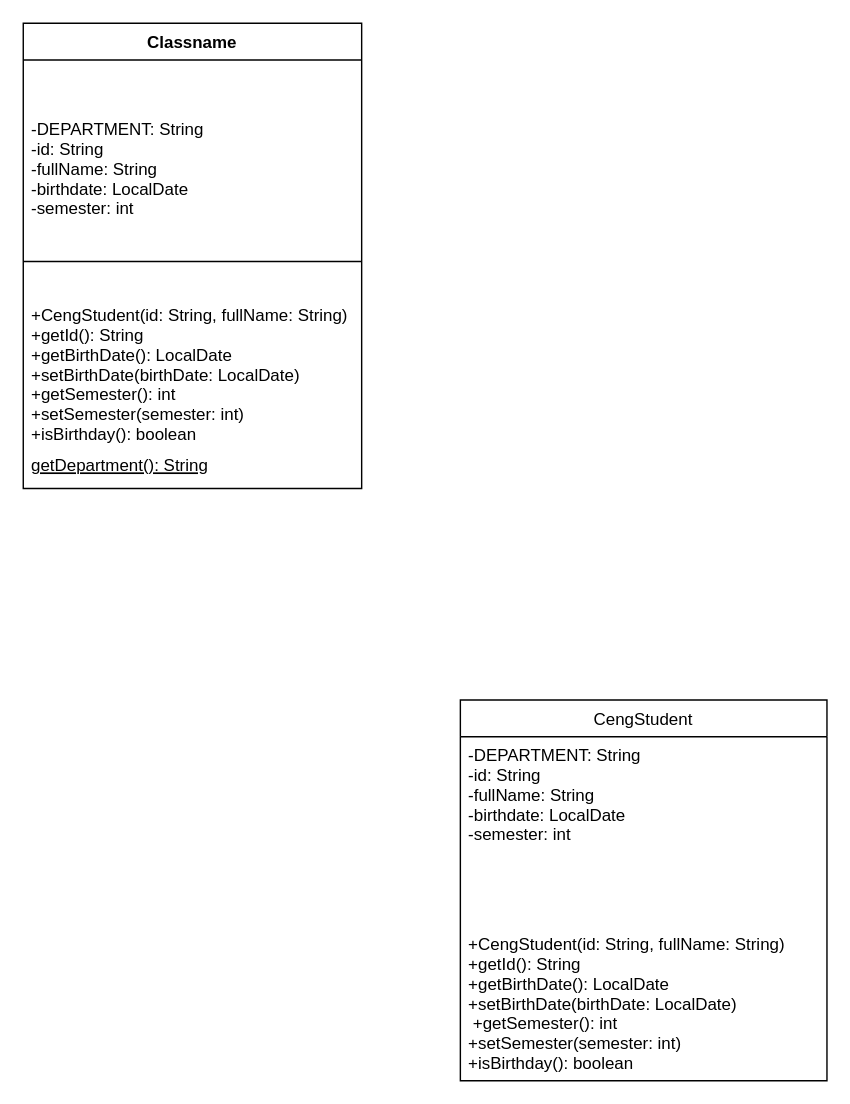
Earlier version of the draw.io diagram src/com/company/Başlıksız Diyagram.drawio (UcanSosis/My-Projects). Source tidied: cells renumbered, new cells numbered last; positions are measured from the earlier drawing's top-left corner, leaving out a move shared by most shapes. Both pictures are drawn from the tidied source at 141%, with x=0, y=0 at pixel (23, 23).
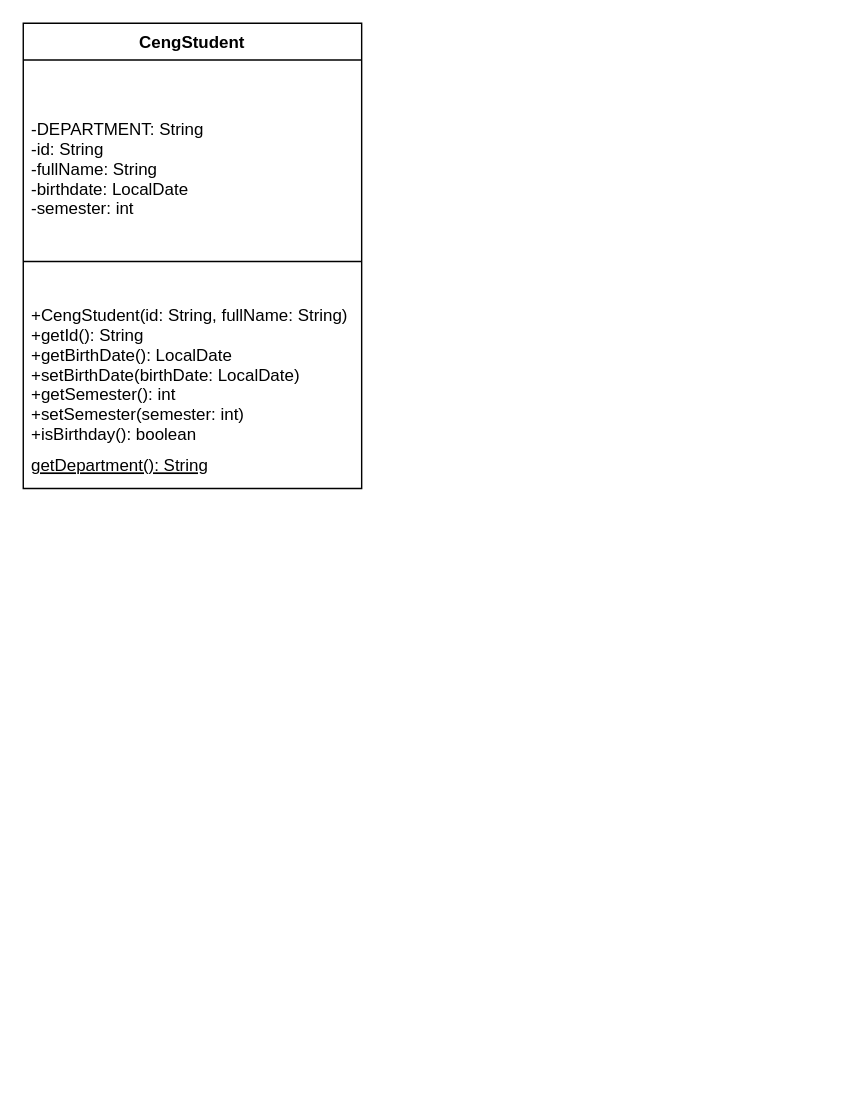
The same diagram, later.

The edit, as a diff of the source:
```diff
@@
 <mxGraphModel>
   <root>
     <mxCell id="0" />
     <mxCell id="1" parent="0" />
-    <mxCell id="2" value="CengStudent" style="swimlane;fontStyle=0;horizontal=1;startSize=26;fillColor=none;" parent="1" vertex="1">
-      <mxGeometry x="310" y="480" width="260" height="270" as="geometry" />
-    </mxCell>
-    <mxCell id="3" value="-DEPARTMENT: String&#10;-id: String&#10;-fullName: String&#10;-birthdate: LocalDate&#10;-semester: int" style="text;strokeColor=none;fillColor=none;align=left;verticalAlign=top;spacingLeft=4;spacingRight=4;overflow=hidden;" parent="2" vertex="1">
-      <mxGeometry y="26" width="260" height="134" as="geometry" />
-    </mxCell>
-    <mxCell id="4" value="+CengStudent(id: String, fullName: String)&#10;+getId(): String&#10;+getBirthDate(): LocalDate&#10;+setBirthDate(birthDate: LocalDate)&#10; +getSemester(): int&#10;+setSemester(semester: int)&#10;+isBirthday(): boolean &#10;&#10;&#10;" style="text;strokeColor=none;fillColor=none;align=left;verticalAlign=top;spacingLeft=4;spacingRight=4;overflow=hidden;" parent="2" vertex="1">
-      <mxGeometry y="160" width="260" height="110" as="geometry" />
-    </mxCell>
-    <mxCell id="5" value="Classname" style="swimlane;fontStyle=1;align=center;verticalAlign=top;horizontal=1;startSize=26;" parent="1" vertex="1">
+    <mxCell id="5" value="CengStudent" style="swimlane;fontStyle=1;align=center;verticalAlign=top;horizontal=1;startSize=26;" parent="1" vertex="1">
       <mxGeometry width="240" height="330" as="geometry" />
     </mxCell>
     <mxCell id="6" value="-DEPARTMENT: String&#10;-id: String&#10;-fullName: String&#10;-birthdate: LocalDate&#10;-semester: int" style="text;strokeColor=none;fillColor=none;align=left;verticalAlign=top;spacingLeft=4;spacingRight=4;overflow=hidden;" parent="1" vertex="1">
       <mxGeometry y="62" width="240" height="114" as="geometry" />
     </mxCell>
     <mxCell id="7" style="line;strokeWidth=1;fillColor=none;align=left;verticalAlign=middle;spacingTop=-1;spacingLeft=3;spacingRight=3;labelPosition=right;strokeColor=inherit;" parent="1" vertex="1">
       <mxGeometry y="144" width="240" height="50" as="geometry" />
     </mxCell>
     <mxCell id="8" value="+CengStudent(id: String, fullName: String)&#10;+getId(): String&#10;+getBirthDate(): LocalDate&#10;+setBirthDate(birthDate: LocalDate)&#10;+getSemester(): int&#10;+setSemester(semester: int)&#10;+isBirthday(): boolean " style="text;strokeColor=none;fillColor=none;align=left;verticalAlign=top;spacingLeft=4;spacingRight=4;overflow=hidden;" parent="1" vertex="1">
       <mxGeometry y="194" width="240" height="106" as="geometry" />
     </mxCell>
     <mxCell id="9" value="getDepartment(): String" style="text;strokeColor=none;fillColor=none;align=left;verticalAlign=top;spacingLeft=4;spacingRight=4;overflow=hidden;fontStyle=4;" parent="1" vertex="1">
       <mxGeometry y="300" width="240" height="36" as="geometry" />
     </mxCell>
   </root>
 </mxGraphModel>
```
